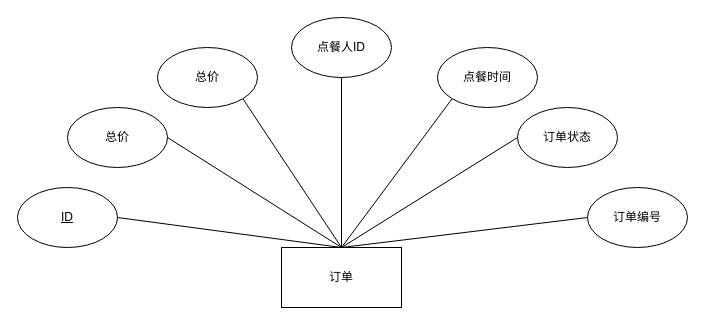
bzerozero7/test keeps this draw.io diagram as page "订单E-R图" (13 of 18) of main.drawio. Above is the earlier version. Source tidied: cells renumbered, new cells numbered last; positions are measured from the earlier drawing's top-left corner, leaving out a move shared by most shapes. Both pictures are drawn from the tidied source at 100%, with x=0, y=0 at pixel (17, 17).
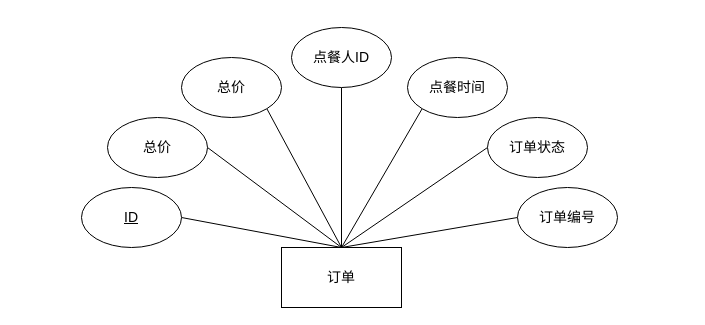
After the change.

Change to the diagram source:
```diff
@@
 <mxGraphModel>
   <root>
     <mxCell id="0" />
     <mxCell id="1" parent="0" />
-    <mxCell id="2" value="订单" style="rounded=0;whiteSpace=wrap;html=1;" parent="1" vertex="1">
+    <mxCell id="2" value="&lt;font style=&quot;font-size: 14px;&quot;&gt;订单&lt;/font&gt;" style="rounded=0;whiteSpace=wrap;html=1;" parent="1" vertex="1">
       <mxGeometry x="264" y="230" width="120" height="60" as="geometry" />
     </mxCell>
     <mxCell id="3" style="rounded=0;jettySize=auto;html=1;exitX=1;exitY=0.5;exitDx=0;exitDy=0;entryX=0.5;entryY=0;entryDx=0;entryDy=0;endArrow=none;startFill=0;" parent="1" edge="1" source="4" target="2">
       <mxGeometry relative="1" as="geometry" />
     </mxCell>
-    <mxCell id="4" value="&lt;u&gt;ID&lt;/u&gt;" style="ellipse;whiteSpace=wrap;html=1;" parent="1" vertex="1">
-      <mxGeometry y="170" width="100" height="60" as="geometry" />
+    <mxCell id="4" value="&lt;u&gt;&lt;font style=&quot;font-size: 14px;&quot;&gt;ID&lt;/font&gt;&lt;/u&gt;" style="ellipse;whiteSpace=wrap;html=1;" parent="1" vertex="1">
+      <mxGeometry x="64" y="170" width="100" height="60" as="geometry" />
     </mxCell>
     <mxCell id="5" style="rounded=0;jettySize=auto;html=1;exitX=1;exitY=1;exitDx=0;exitDy=0;entryX=0.5;entryY=0;entryDx=0;entryDy=0;endArrow=none;startFill=0;" parent="1" edge="1" source="6" target="2">
       <mxGeometry relative="1" as="geometry" />
     </mxCell>
-    <mxCell id="6" value="总价" style="ellipse;whiteSpace=wrap;html=1;" parent="1" vertex="1">
-      <mxGeometry x="140" y="30" width="100" height="60" as="geometry" />
+    <mxCell id="6" value="&lt;font style=&quot;font-size: 14px;&quot;&gt;总价&lt;/font&gt;" style="ellipse;whiteSpace=wrap;html=1;" parent="1" vertex="1">
+      <mxGeometry x="164" y="40" width="100" height="60" as="geometry" />
     </mxCell>
     <mxCell id="7" style="rounded=0;jettySize=auto;html=1;exitX=0.5;exitY=1;exitDx=0;exitDy=0;entryX=0.5;entryY=0;entryDx=0;entryDy=0;endArrow=none;startFill=0;" parent="1" edge="1" source="8" target="2">
       <mxGeometry relative="1" as="geometry" />
     </mxCell>
-    <mxCell id="8" value="点餐人ID" style="ellipse;whiteSpace=wrap;html=1;" parent="1" vertex="1">
-      <mxGeometry x="274" width="100" height="60" as="geometry" />
+    <mxCell id="8" value="&lt;font style=&quot;font-size: 14px;&quot;&gt;点餐人ID&lt;/font&gt;" style="ellipse;whiteSpace=wrap;html=1;" parent="1" vertex="1">
+      <mxGeometry x="274" y="10" width="100" height="60" as="geometry" />
     </mxCell>
     <mxCell id="9" style="rounded=0;jettySize=auto;html=1;exitX=0;exitY=1;exitDx=0;exitDy=0;entryX=0.5;entryY=0;entryDx=0;entryDy=0;endArrow=none;startFill=0;" parent="1" edge="1" source="10" target="2">
       <mxGeometry relative="1" as="geometry" />
     </mxCell>
-    <mxCell id="10" value="点餐时间" style="ellipse;whiteSpace=wrap;html=1;" parent="1" vertex="1">
-      <mxGeometry x="420" y="30" width="100" height="60" as="geometry" />
+    <mxCell id="10" value="&lt;font style=&quot;font-size: 14px;&quot;&gt;点餐时间&lt;/font&gt;" style="ellipse;whiteSpace=wrap;html=1;" parent="1" vertex="1">
+      <mxGeometry x="390" y="40" width="100" height="60" as="geometry" />
     </mxCell>
     <mxCell id="11" style="rounded=0;jettySize=auto;html=1;exitX=0;exitY=0.5;exitDx=0;exitDy=0;entryX=0.5;entryY=0;entryDx=0;entryDy=0;endArrow=none;startFill=0;" parent="1" edge="1" source="12" target="2">
       <mxGeometry relative="1" as="geometry" />
     </mxCell>
-    <mxCell id="12" value="订单状态" style="ellipse;whiteSpace=wrap;html=1;" parent="1" vertex="1">
-      <mxGeometry x="500" y="90" width="100" height="60" as="geometry" />
+    <mxCell id="12" value="&lt;font style=&quot;font-size: 14px;&quot;&gt;订单状态&lt;/font&gt;" style="ellipse;whiteSpace=wrap;html=1;" parent="1" vertex="1">
+      <mxGeometry x="470" y="100" width="100" height="60" as="geometry" />
     </mxCell>
     <mxCell id="13" style="rounded=0;jettySize=auto;html=1;exitX=0;exitY=0.5;exitDx=0;exitDy=0;endArrow=none;startFill=0;" parent="1" edge="1" source="14">
       <mxGeometry relative="1" as="geometry">
         <mxPoint x="324" y="230" as="targetPoint" />
       </mxGeometry>
     </mxCell>
-    <mxCell id="14" value="订单编号" style="ellipse;whiteSpace=wrap;html=1;" parent="1" vertex="1">
-      <mxGeometry x="570" y="170" width="100" height="60" as="geometry" />
+    <mxCell id="14" value="&lt;font style=&quot;font-size: 14px;&quot;&gt;订单编号&lt;/font&gt;" style="ellipse;whiteSpace=wrap;html=1;" parent="1" vertex="1">
+      <mxGeometry x="500" y="170" width="100" height="60" as="geometry" />
     </mxCell>
     <mxCell id="15" style="rounded=0;jettySize=auto;html=1;exitX=1;exitY=0.5;exitDx=0;exitDy=0;entryX=0.5;entryY=0;entryDx=0;entryDy=0;endArrow=none;startFill=0;" parent="1" edge="1" source="16" target="2">
       <mxGeometry relative="1" as="geometry" />
     </mxCell>
-    <mxCell id="16" value="总价" style="ellipse;whiteSpace=wrap;html=1;" parent="1" vertex="1">
-      <mxGeometry x="50" y="90" width="100" height="60" as="geometry" />
+    <mxCell id="16" value="&lt;font style=&quot;font-size: 14px;&quot;&gt;总价&lt;/font&gt;" style="ellipse;whiteSpace=wrap;html=1;" parent="1" vertex="1">
+      <mxGeometry x="90" y="100" width="100" height="60" as="geometry" />
     </mxCell>
   </root>
 </mxGraphModel>
```
